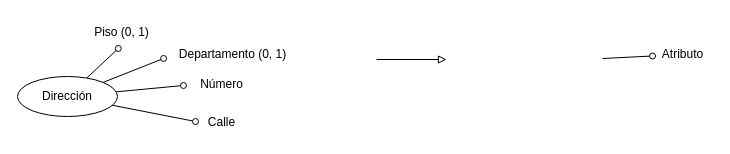
Before: 2do semestre/DBD/Prácticas/Prácticas/Práctica 2/Elementos.drawio in Pedro0604/2do-LS-LI-API-ATIC, a draw.io diagram. Source tidied: cells renumbered, new cells numbered last; positions are measured from the earlier drawing's top-left corner, leaving out a move shared by most shapes. Both pictures are drawn from the tidied source at 100%, with x=0, y=0 at pixel (17, 17).
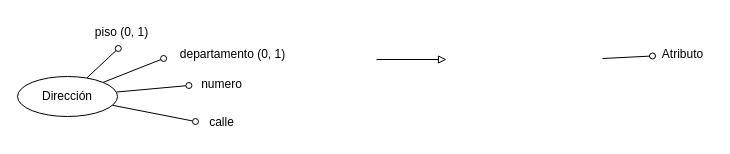
The same diagram, later.

The edit, as a diff of the source:
```diff
@@
 <mxGraphModel>
   <root>
     <mxCell id="0" />
     <mxCell id="1" parent="0" />
     <mxCell id="2" style="endArrow=oval;html=1;rounded=0;endFill=0;" parent="1" edge="1" target="4">
       <mxGeometry relative="1" as="geometry">
         <mxPoint x="585" y="41" as="sourcePoint" />
       </mxGeometry>
     </mxCell>
     <mxCell id="3" style="endArrow=block;html=1;rounded=0;endFill=0;" parent="1" edge="1">
       <mxGeometry relative="1" as="geometry">
         <mxPoint x="359" y="42" as="sourcePoint" />
         <mxPoint x="429" y="42" as="targetPoint" />
       </mxGeometry>
     </mxCell>
     <mxCell id="4" value="Atributo" style="text;html=1;align=center;verticalAlign=middle;points=[];strokeColor=none;fillColor=none;rounded=0;" parent="1" vertex="1">
       <mxGeometry x="635" y="22" width="60" height="30" as="geometry" />
     </mxCell>
     <mxCell id="5" style="endArrow=oval;html=1;rounded=0;endFill=0;entryX=-0.03;entryY=0.633;entryDx=0;entryDy=0;entryPerimeter=0;" parent="1" edge="1" source="13" target="10">
       <mxGeometry relative="1" as="geometry" />
     </mxCell>
     <mxCell id="6" style="endArrow=oval;html=1;rounded=0;endFill=0;entryX=-0.043;entryY=0.533;entryDx=0;entryDy=0;entryPerimeter=0;" parent="1" edge="1" source="13" target="11">
       <mxGeometry relative="1" as="geometry" />
     </mxCell>
     <mxCell id="7" style="endArrow=oval;html=1;rounded=0;endFill=0;entryX=-0.02;entryY=0.467;entryDx=0;entryDy=0;entryPerimeter=0;" parent="1" edge="1" source="13" target="12">
       <mxGeometry relative="1" as="geometry" />
     </mxCell>
     <mxCell id="8" style="endArrow=oval;html=1;rounded=0;endFill=0;entryX=0.46;entryY=1.033;entryDx=0;entryDy=0;entryPerimeter=0;" parent="1" edge="1" source="13" target="9">
       <mxGeometry relative="1" as="geometry" />
     </mxCell>
-    <mxCell id="9" value="Piso (0, 1)" style="text;html=1;align=center;verticalAlign=middle;points=[];strokeColor=none;fillColor=none;rounded=0;" parent="1" vertex="1">
+    <mxCell id="9" value="piso (0, 1)" style="text;html=1;align=center;verticalAlign=middle;points=[];strokeColor=none;fillColor=none;rounded=0;" parent="1" vertex="1">
       <mxGeometry x="64" width="80" height="30" as="geometry" />
     </mxCell>
-    <mxCell id="10" value="Departamento (0, 1)" style="text;html=1;align=center;verticalAlign=middle;points=[];strokeColor=none;fillColor=none;rounded=0;" parent="1" vertex="1">
+    <mxCell id="10" value="departamento (0, 1)" style="text;html=1;align=center;verticalAlign=middle;points=[];strokeColor=none;fillColor=none;rounded=0;" parent="1" vertex="1">
       <mxGeometry x="150" y="22" width="130" height="30" as="geometry" />
     </mxCell>
-    <mxCell id="11" value="Número" style="text;html=1;align=center;verticalAlign=middle;points=[];strokeColor=none;fillColor=none;rounded=0;" parent="1" vertex="1">
-      <mxGeometry x="169" y="52" width="70" height="30" as="geometry" />
+    <mxCell id="11" value="numero" style="text;html=1;align=center;verticalAlign=middle;points=[];strokeColor=none;fillColor=none;rounded=0;" parent="1" vertex="1">
+      <mxGeometry x="174" y="52" width="60" height="30" as="geometry" />
     </mxCell>
-    <mxCell id="12" value="Calle" style="text;html=1;align=center;verticalAlign=middle;points=[];strokeColor=none;fillColor=none;rounded=0;" parent="1" vertex="1">
+    <mxCell id="12" value="calle" style="text;html=1;align=center;verticalAlign=middle;points=[];strokeColor=none;fillColor=none;rounded=0;" parent="1" vertex="1">
       <mxGeometry x="179" y="90" width="50" height="30" as="geometry" />
     </mxCell>
     <mxCell id="13" value="Dirección" style="ellipse;whiteSpace=wrap;html=1;align=center;rounded=0;" parent="1" vertex="1">
       <mxGeometry y="59" width="100" height="40" as="geometry" />
     </mxCell>
   </root>
 </mxGraphModel>
```
